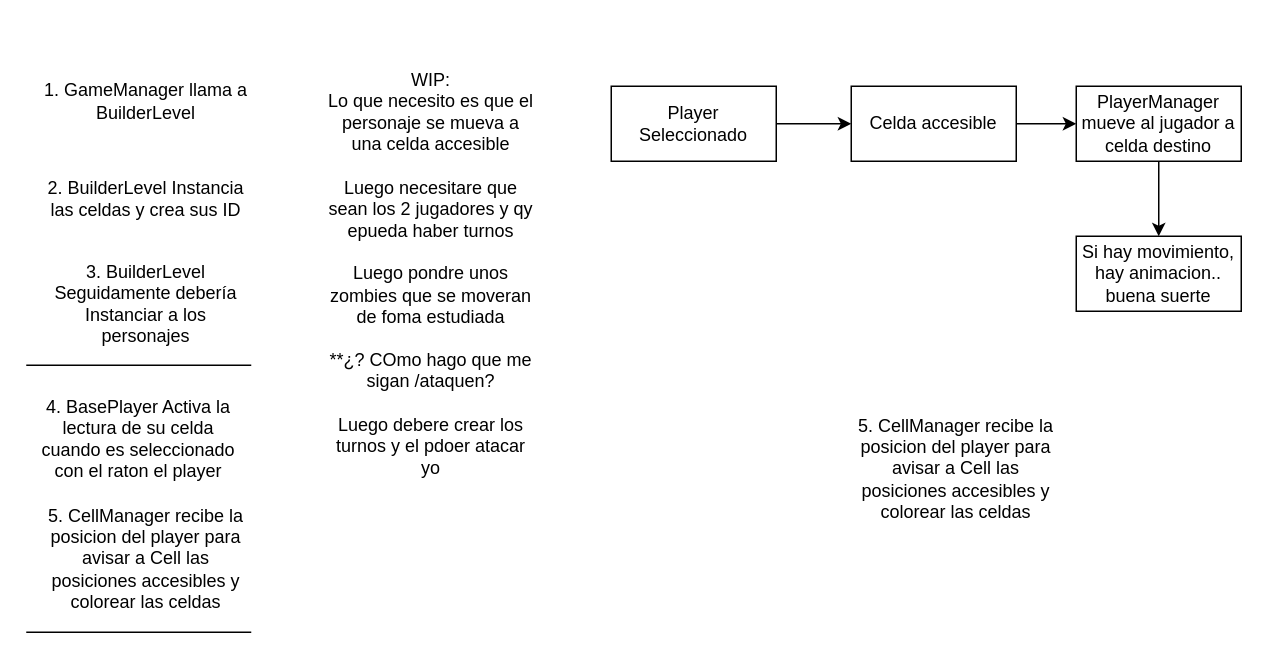
This is Assets/Scripts/Design.drawio from RuuRoger/TOGETHER, a draw.io file, before an edit. Source tidied: cells renumbered, new cells numbered last; positions are measured from the earlier drawing's top-left corner, leaving out a move shared by most shapes. Both pictures are drawn from the tidied source at 150%, with x=0, y=0 at pixel (26, 26).
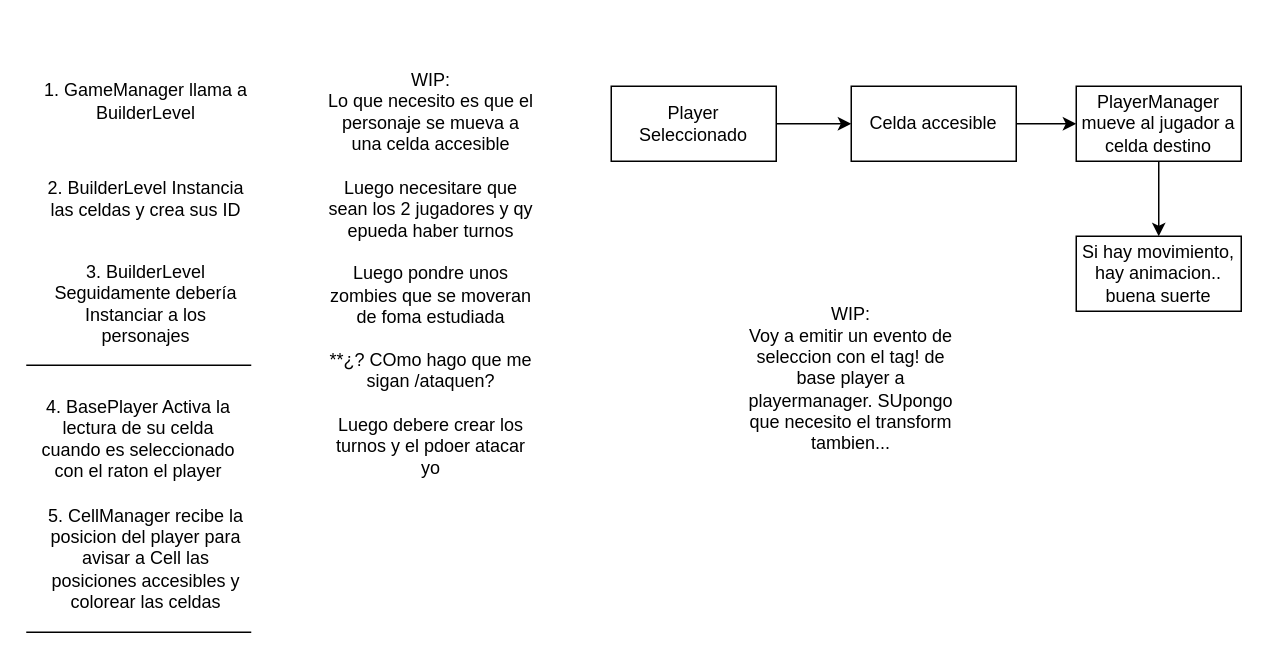
Above is the later version.

What changed in the source:
```diff
@@
 <mxGraphModel>
   <root>
     <mxCell id="0" />
     <mxCell id="1" parent="0" />
     <mxCell id="2" value="1. GameManager llama a BuilderLevel" style="text;html=1;align=center;verticalAlign=middle;whiteSpace=wrap;rounded=0;" parent="1" vertex="1">
       <mxGeometry x="10" width="140" height="100" as="geometry" />
     </mxCell>
     <mxCell id="3" value="2. BuilderLevel Instancia las celdas y crea sus ID" style="text;html=1;align=center;verticalAlign=middle;whiteSpace=wrap;rounded=0;" parent="1" vertex="1">
       <mxGeometry x="10" y="70" width="140" height="90" as="geometry" />
     </mxCell>
     <mxCell id="4" value="3. BuilderLevel Seguidamente debería Instanciar a los personajes" style="text;html=1;align=center;verticalAlign=middle;whiteSpace=wrap;rounded=0;" parent="1" vertex="1">
       <mxGeometry x="10" y="140" width="140" height="90" as="geometry" />
     </mxCell>
     <mxCell id="5" value="4. BasePlayer Activa la lectura de su celda cuando es seleccionado con el raton el player" style="text;html=1;align=center;verticalAlign=middle;whiteSpace=wrap;rounded=0;" parent="1" vertex="1">
       <mxGeometry x="5" y="230" width="140" height="90" as="geometry" />
     </mxCell>
     <mxCell id="6" style="line;strokeWidth=1;fillColor=none;align=left;verticalAlign=middle;spacingTop=-1;spacingLeft=3;spacingRight=3;labelPosition=right;strokeColor=inherit;" parent="1" vertex="1">
       <mxGeometry y="222" width="150" height="8" as="geometry" />
     </mxCell>
     <mxCell id="7" value="5. CellManager recibe la posicion del player para avisar a Cell las posiciones accesibles y colorear las celdas" style="text;html=1;align=center;verticalAlign=middle;whiteSpace=wrap;rounded=0;" parent="1" vertex="1">
       <mxGeometry x="10" y="310" width="140" height="90" as="geometry" />
     </mxCell>
     <mxCell id="8" style="line;strokeWidth=1;fillColor=none;align=left;verticalAlign=middle;spacingTop=-1;spacingLeft=3;spacingRight=3;labelPosition=right;strokeColor=inherit;" parent="1" vertex="1">
       <mxGeometry y="400" width="150" height="8" as="geometry" />
     </mxCell>
     <mxCell id="9" value="WIP:&lt;br&gt;Lo que necesito es que el personaje se mueva a una celda accesible&lt;br&gt;&lt;br&gt;Luego necesitare que sean los 2 jugadores y qy epueda haber turnos&lt;br&gt;&lt;br&gt;Luego pondre unos zombies que se moveran de foma estudiada&lt;br&gt;&lt;br&gt;**¿? COmo hago que me sigan /ataquen?&lt;br&gt;&lt;br&gt;Luego debere crear los turnos y el pdoer atacar yo" style="text;html=1;align=center;verticalAlign=middle;whiteSpace=wrap;rounded=0;" parent="1" vertex="1">
       <mxGeometry x="200" y="120" width="140" height="90" as="geometry" />
     </mxCell>
     <mxCell id="10" style="edgeStyle=none;html=1;entryX=0;entryY=0.5;entryDx=0;entryDy=0;" parent="1" edge="1" source="11" target="13">
       <mxGeometry relative="1" as="geometry" />
     </mxCell>
     <mxCell id="11" value="Player Seleccionado" style="html=1;whiteSpace=wrap;" parent="1" vertex="1">
       <mxGeometry x="390" y="40" width="110" height="50" as="geometry" />
     </mxCell>
     <mxCell id="12" style="edgeStyle=none;html=1;entryX=0;entryY=0.5;entryDx=0;entryDy=0;" parent="1" edge="1" source="13" target="15">
       <mxGeometry relative="1" as="geometry" />
     </mxCell>
     <mxCell id="13" value="Celda accesible" style="html=1;whiteSpace=wrap;" parent="1" vertex="1">
       <mxGeometry x="550" y="40" width="110" height="50" as="geometry" />
     </mxCell>
     <mxCell id="14" style="edgeStyle=none;html=1;entryX=0.5;entryY=0;entryDx=0;entryDy=0;" parent="1" edge="1" source="15" target="16">
       <mxGeometry relative="1" as="geometry" />
     </mxCell>
     <mxCell id="15" value="PlayerManager mueve al jugador a celda destino" style="html=1;whiteSpace=wrap;" parent="1" vertex="1">
       <mxGeometry x="700" y="40" width="110" height="50" as="geometry" />
     </mxCell>
     <mxCell id="16" value="Si hay movimiento, hay animacion.. buena suerte" style="html=1;whiteSpace=wrap;" parent="1" vertex="1">
       <mxGeometry x="700" y="140" width="110" height="50" as="geometry" />
     </mxCell>
-    <mxCell id="17" value="5. CellManager recibe la posicion del player para avisar a Cell las posiciones accesibles y colorear las celdas" style="text;html=1;align=center;verticalAlign=middle;whiteSpace=wrap;rounded=0;" parent="1" vertex="1">
-      <mxGeometry x="550" y="250" width="140" height="90" as="geometry" />
+    <mxCell id="17" value="WIP:&lt;br&gt;Voy a emitir un evento de seleccion con el tag! de base player a playermanager. SUpongo que necesito el transform tambien..." style="text;html=1;align=center;verticalAlign=middle;whiteSpace=wrap;rounded=0;" parent="1" vertex="1">
+      <mxGeometry x="480" y="190" width="140" height="90" as="geometry" />
     </mxCell>
   </root>
 </mxGraphModel>
```
